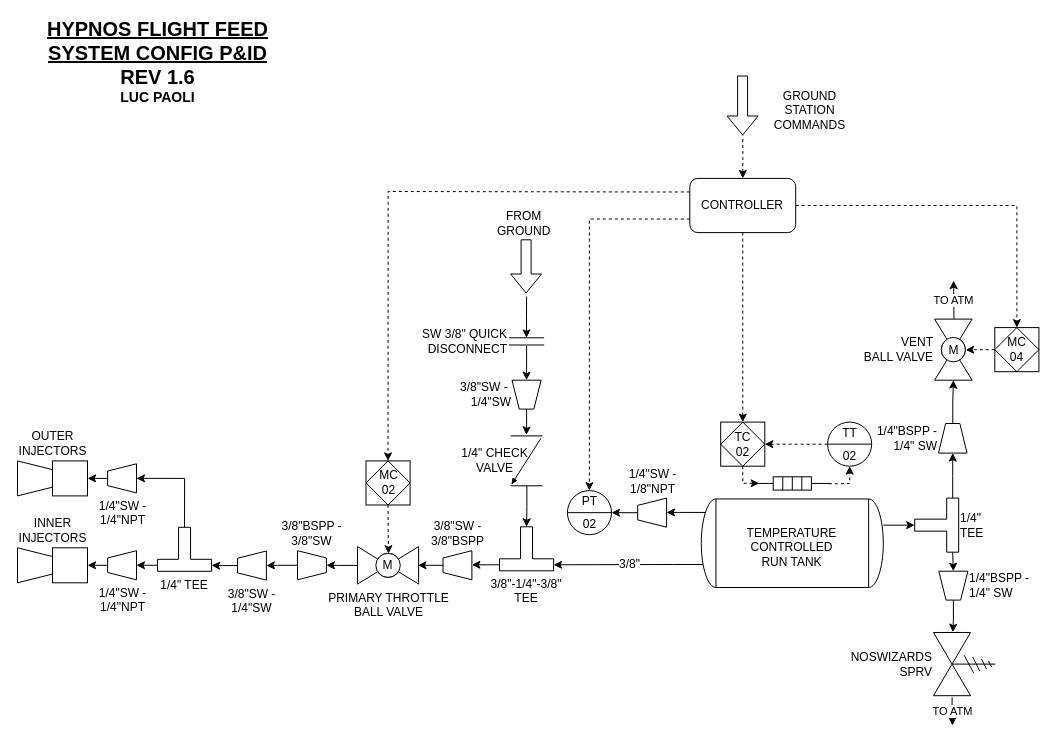
Before: page "Flight feed system" (3 of 5) of All_P_IDs.drawio in icl-rocketry/Propulsion-PIDs, a draw.io diagram. Source tidied: cells renumbered, new cells numbered last; positions are measured from the earlier drawing's top-left corner, leaving out a move shared by most shapes. Both pictures are drawn from the tidied source at 100%, with x=0, y=0 at pixel (17, 17).
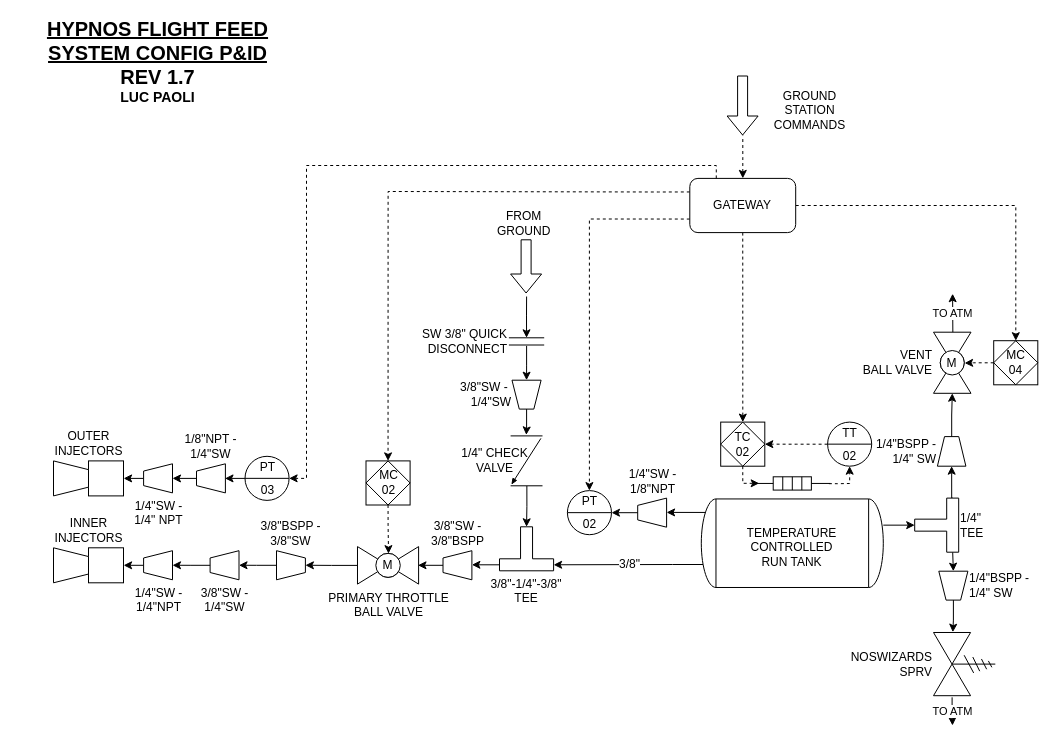
After the change.

The change refers to these unchanged cells:
```xml
<mxCell id="62" style="group;" parent="1" vertex="1">
  <mxGeometry x="672.3" y="58" width="165" height="157.1" as="geometry" />
</mxCell>
```

Diff of the diagram source:
```diff
@@
-    <mxCell id="2" value="&lt;b&gt;&lt;font&gt;&lt;u style=&quot;font-size: 20px&quot;&gt;HYPNOS FLIGHT FEED SYSTEM CONFIG P&amp;amp;ID&lt;/u&gt;&lt;br&gt;&lt;span style=&quot;font-size: 20px&quot;&gt;REV 1.6&lt;/span&gt;&lt;br&gt;&lt;font style=&quot;font-size: 14px&quot;&gt;LUC PAOLI&lt;/font&gt;&lt;br&gt;&lt;/font&gt;&lt;/b&gt;" style="text;html=1;strokeColor=none;fillColor=none;align=center;verticalAlign=middle;whiteSpace=wrap;rounded=0;fontFamily=Helvetica;" parent="1" vertex="1">
+    <mxCell id="2" value="&lt;b&gt;&lt;font&gt;&lt;u style=&quot;font-size: 20px&quot;&gt;HYPNOS FLIGHT FEED SYSTEM CONFIG P&amp;amp;ID&lt;/u&gt;&lt;br&gt;&lt;span style=&quot;font-size: 20px&quot;&gt;REV 1.7&lt;/span&gt;&lt;br&gt;&lt;font style=&quot;font-size: 14px&quot;&gt;LUC PAOLI&lt;/font&gt;&lt;br&gt;&lt;/font&gt;&lt;/b&gt;" style="text;html=1;strokeColor=none;fillColor=none;align=center;verticalAlign=middle;whiteSpace=wrap;rounded=0;fontFamily=Helvetica;" parent="1" vertex="1">
       <mxGeometry x="9" width="262.6" height="88" as="geometry" />
     </mxCell>
@@
     <mxCell id="8" value="1/4&quot;BSPP -&lt;br&gt;1/4&quot; SW" style="verticalLabelPosition=middle;align=right;dashed=0;html=1;verticalAlign=middle;shape=mxgraph.pid.piping.concentric_reducer;direction=north;fontFamily=Helvetica;horizontal=1;labelPosition=left;" parent="1" vertex="1">
-      <mxGeometry x="921" y="406" width="28.5" height="29.6" as="geometry" />
+      <mxGeometry x="919.9" y="419.1" width="28.5" height="29.6" as="geometry" />
     </mxCell>
@@
     <mxCell id="10" value="TO ATM" style="edgeStyle=orthogonalEdgeStyle;rounded=0;jettySize=auto;html=1;fontColor=#000000;exitX=0.005;exitY=0.484;exitDx=0;exitDy=0;exitPerimeter=0;" parent="1" edge="1" source="49">
       <mxGeometry relative="1" as="geometry">
-        <mxPoint x="936.1" y="263.1" as="targetPoint" />
+        <mxPoint x="935.1" y="276.2" as="targetPoint" />
       </mxGeometry>
     </mxCell>
@@
     <mxCell id="34" value="3/8&quot;BSPP -&lt;br&gt;3/8&quot;SW" style="verticalLabelPosition=top;align=center;dashed=0;html=1;verticalAlign=bottom;shape=mxgraph.pid.piping.concentric_reducer;direction=east;fontFamily=Helvetica;horizontal=1;labelPosition=center;" parent="1" vertex="1">
-      <mxGeometry x="280" y="533.2" width="28.9" height="29.1" as="geometry" />
+      <mxGeometry x="259" y="533.2" width="28.9" height="29.1" as="geometry" />
     </mxCell>
@@
     <mxCell id="36" value="3/8&quot;SW -&lt;br&gt;1/4&quot;SW" style="verticalLabelPosition=bottom;align=center;dashed=0;html=1;verticalAlign=top;shape=mxgraph.pid.piping.concentric_reducer;direction=west;fontFamily=Helvetica;horizontal=1;labelPosition=center;" parent="1" vertex="1">
-      <mxGeometry x="220" y="533.5" width="28.9" height="29.1" as="geometry" />
+      <mxGeometry x="192.6" y="533.2" width="28.9" height="29.1" as="geometry" />
     </mxCell>
@@
-    <mxCell id="38" style="edgeStyle=orthogonalEdgeStyle;rounded=0;jettySize=auto;html=1;entryX=0;entryY=0;entryDx=0;entryDy=6;entryPerimeter=0;fontColor=#000000;" parent="1" edge="1" source="36" target="56">
+    <mxCell id="38" style="edgeStyle=orthogonalEdgeStyle;rounded=0;jettySize=auto;html=1;entryX=0;entryY=0.5;entryDx=0;entryDy=0;entryPerimeter=0;fontColor=#000000;" parent="1" edge="1" source="36" target="42">
       <mxGeometry relative="1" as="geometry" />
     </mxCell>
@@
     <mxCell id="40" value="INNER&lt;br&gt;INJECTORS" style="shape=mxgraph.pid.pumps.injector;html=1;align=center;verticalLabelPosition=top;verticalAlign=bottom;dashed=0;direction=west;fontFamily=Helvetica;labelPosition=center;" parent="1" vertex="1">
-      <mxGeometry y="530.3" width="70" height="35" as="geometry" />
+      <mxGeometry x="36" y="530.3" width="70" height="35" as="geometry" />
     </mxCell>
@@
     <mxCell id="42" value="1/4&quot;SW -&lt;br&gt;1/4&quot;NPT" style="verticalLabelPosition=bottom;align=center;dashed=0;html=1;verticalAlign=top;shape=mxgraph.pid.piping.concentric_reducer;direction=west;fontFamily=Helvetica;horizontal=1;labelPosition=center;" parent="1" vertex="1">
-      <mxGeometry x="90.1" y="533.2" width="28.9" height="29.1" as="geometry" />
+      <mxGeometry x="126.1" y="533.2" width="28.9" height="29.1" as="geometry" />
     </mxCell>
@@
     <mxCell id="45" value="MC&lt;br&gt;04&lt;br&gt; " style="html=1;outlineConnect=0;align=center;dashed=0;shape=mxgraph.pid2inst.progLogCont;mounting=field;fontColor=#000000;strokeColor=#000000;strokeWidth=1;fillColor=default;" parent="1" vertex="1">
-      <mxGeometry x="977.3" y="310.1" width="44.1" height="44.1" as="geometry" />
+      <mxGeometry x="976.2" y="323.2" width="44.1" height="44.1" as="geometry" />
     </mxCell>
@@
     <mxCell id="49" value="VENT&lt;br&gt;BALL VALVE" style="verticalLabelPosition=middle;align=right;html=1;verticalAlign=middle;dashed=0;shape=mxgraph.pid2valves.valve;valveType=ball;direction=south;fontFamily=Helvetica;horizontal=1;labelPosition=left;" parent="1" vertex="1">
-      <mxGeometry x="917.1" y="301.6" width="37.5" height="61.1" as="geometry" />
+      <mxGeometry x="916" y="314.7" width="37.5" height="61.1" as="geometry" />
     </mxCell>
     <mxCell id="50" value="M" style="text;html=1;strokeColor=none;fillColor=none;align=center;verticalAlign=middle;whiteSpace=wrap;rounded=0;fontColor=#000000;" parent="1" vertex="1">
-      <mxGeometry x="930.5" y="328.5" width="10.7" height="8.2" as="geometry" />
+      <mxGeometry x="929.4" y="341.6" width="10.7" height="8.2" as="geometry" />
     </mxCell>
@@
     <mxCell id="53" value="OUTER&lt;br&gt;INJECTORS" style="shape=mxgraph.pid.pumps.injector;html=1;align=center;verticalLabelPosition=top;verticalAlign=bottom;dashed=0;direction=west;fontFamily=Helvetica;labelPosition=center;" parent="1" vertex="1">
-      <mxGeometry y="443.4" width="70" height="35" as="geometry" />
+      <mxGeometry x="36" y="443.4" width="70" height="35" as="geometry" />
     </mxCell>
-    <mxCell id="54" style="edgeStyle=orthogonalEdgeStyle;rounded=0;jettySize=auto;html=1;entryX=0;entryY=0.5;entryDx=0;entryDy=0;entryPerimeter=0;exitX=0;exitY=0;exitDx=54.12218456971357;exitDy=6;exitPerimeter=0;" parent="1" edge="1" source="56" target="42">
-      <mxGeometry relative="1" as="geometry" />
-    </mxCell>
-    <mxCell id="55" style="edgeStyle=orthogonalEdgeStyle;rounded=0;jettySize=auto;html=1;entryX=0;entryY=0.5;entryDx=0;entryDy=0;entryPerimeter=0;exitX=0.5;exitY=1;exitDx=0;exitDy=0;exitPerimeter=0;" parent="1" edge="1" source="56" target="61">
-      <mxGeometry relative="1" as="geometry">
-        <Array as="points">
-          <mxPoint x="167" y="461" />
-        </Array>
-      </mxGeometry>
-    </mxCell>
-    <mxCell id="56" value="1/4&quot; TEE" style="shape=tee;whiteSpace=wrap;html=1;rotation=0;dx=12;dy=12;fontFamily=Helvetica;direction=west;flipV=0;verticalAlign=top;labelPosition=center;verticalLabelPosition=bottom;align=center;" parent="1" vertex="1">
-      <mxGeometry x="140" y="509.8" width="54.1" height="44" as="geometry" />
-    </mxCell>
@@
-    <mxCell id="61" value="1/4&quot;SW -&lt;br&gt;1/4&quot;NPT" style="verticalLabelPosition=bottom;align=center;dashed=0;html=1;verticalAlign=top;shape=mxgraph.pid.piping.concentric_reducer;direction=west;fontFamily=Helvetica;horizontal=1;labelPosition=center;" parent="1" vertex="1">
-      <mxGeometry x="90.1" y="446.3" width="28.9" height="29.1" as="geometry" />
+    <mxCell id="61" value="1/4&quot;SW -&lt;br&gt;1/4&quot; NPT" style="verticalLabelPosition=bottom;align=center;dashed=0;html=1;verticalAlign=top;shape=mxgraph.pid.piping.concentric_reducer;direction=west;fontFamily=Helvetica;horizontal=1;labelPosition=center;" parent="1" vertex="1">
+      <mxGeometry x="126.1" y="446.3" width="28.9" height="29.1" as="geometry" />
     </mxCell>
@@
-    <mxCell id="63" value="CONTROLLER" style="rounded=1;whiteSpace=wrap;html=1;fontColor=#000000;strokeColor=#000000;strokeWidth=1;fillColor=default;" parent="62" vertex="1">
+    <mxCell id="63" value="GATEWAY" style="rounded=1;whiteSpace=wrap;html=1;fontColor=#000000;strokeColor=#000000;strokeWidth=1;fillColor=default;" parent="62" vertex="1">
       <mxGeometry y="102.9" width="105.9" height="54.2" as="geometry" />
     </mxCell>
@@
+    <mxCell id="72" style="edgeStyle=orthogonalEdgeStyle;rounded=0;jettySize=auto;html=1;entryX=0;entryY=0.5;entryDx=0;entryDy=0;entryPerimeter=0;" parent="1" edge="1" source="73" target="76">
+      <mxGeometry relative="1" as="geometry" />
+    </mxCell>
+    <mxCell id="73" value="&lt;table cellpadding=&quot;4&quot; cellspacing=&quot;0&quot; border=&quot;0&quot; style=&quot;font-size: 1em ; width: 100% ; height: 100%&quot;&gt;&lt;tbody&gt;&lt;tr&gt;&lt;td&gt;PT&lt;/td&gt;&lt;/tr&gt;&lt;tr&gt;&lt;td&gt;03&lt;/td&gt;&lt;/tr&gt;&lt;/tbody&gt;&lt;/table&gt; " style="html=1;outlineConnect=0;align=center;dashed=0;shape=mxgraph.pid2inst.discInst;mounting=room;fontColor=#000000;strokeColor=#000000;strokeWidth=1;fillColor=default;" parent="1" vertex="1">
+      <mxGeometry x="227.5" y="438.8" width="44.1" height="44.1" as="geometry" />
+    </mxCell>
+    <mxCell id="74" style="edgeStyle=orthogonalEdgeStyle;rounded=0;jettySize=auto;html=1;exitX=0.25;exitY=0;exitDx=0;exitDy=0;dashed=1;fontSize=12;startArrow=none;startFill=0;endArrow=classic;endFill=1;entryX=1;entryY=0.5;entryDx=0;entryDy=0;" parent="1" edge="1" source="63" target="73">
+      <mxGeometry relative="1" as="geometry">
+        <Array as="points">
+          <mxPoint x="699" y="148" />
+          <mxPoint x="289" y="148" />
+          <mxPoint x="289" y="461" />
+        </Array>
+      </mxGeometry>
+    </mxCell>
+    <mxCell id="75" style="edgeStyle=orthogonalEdgeStyle;rounded=0;jettySize=auto;html=1;entryX=0;entryY=0.5;entryDx=0;entryDy=0;entryPerimeter=0;" parent="1" edge="1" source="76" target="61">
+      <mxGeometry relative="1" as="geometry" />
+    </mxCell>
+    <mxCell id="76" value="1/8&quot;NPT -&lt;br&gt;1/4&quot;SW" style="verticalLabelPosition=top;align=center;dashed=0;html=1;verticalAlign=bottom;shape=mxgraph.pid.piping.concentric_reducer;direction=west;fontFamily=Helvetica;horizontal=1;labelPosition=center;" parent="1" vertex="1">
+      <mxGeometry x="179" y="446.3" width="28.9" height="29.1" as="geometry" />
+    </mxCell>
```
